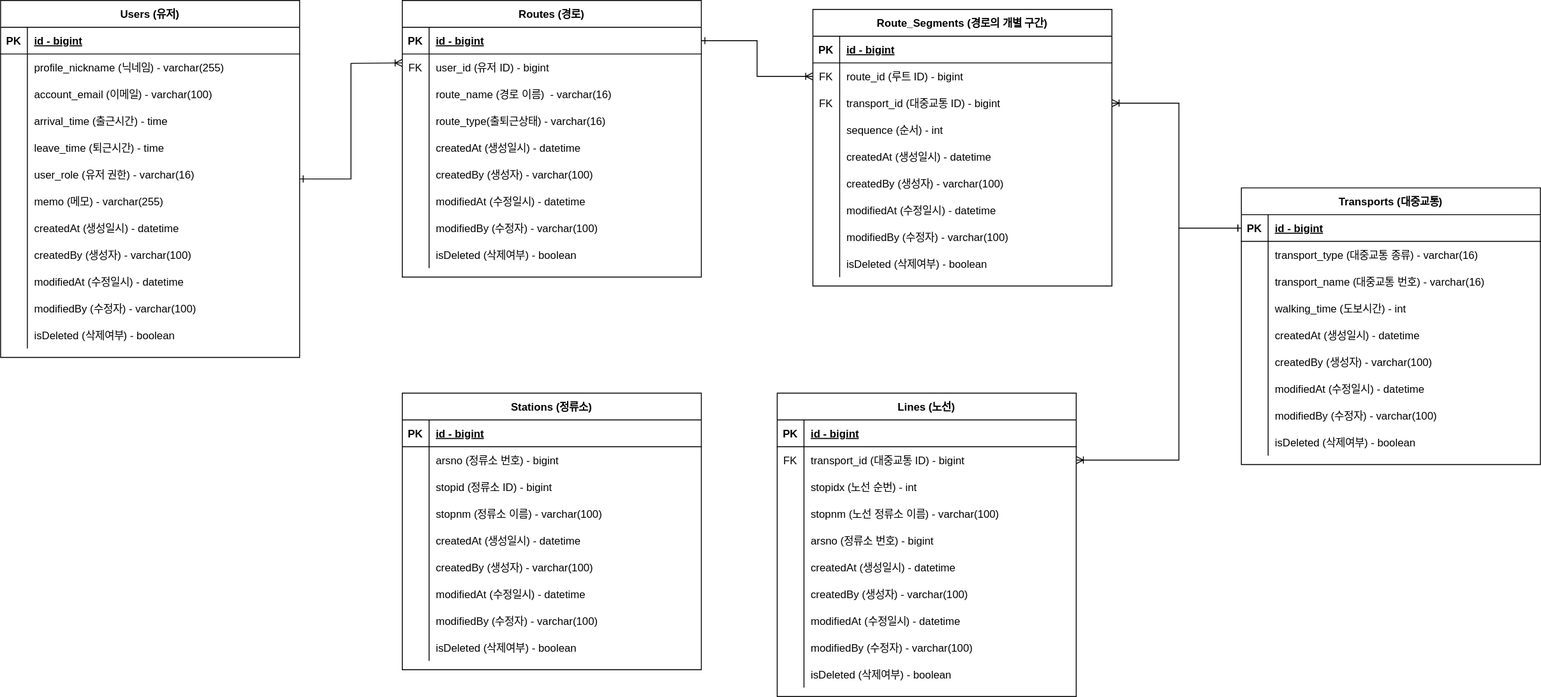
Above: .github/MoveMate DataBase.drawio.svg in PNU-Senier-Project/PNU-Senier-Project-BE (draw.io), before the change. Source tidied: cells renumbered, new cells last; positions are measured from the earlier drawing's top-left corner, leaving out a move shared by most shapes.
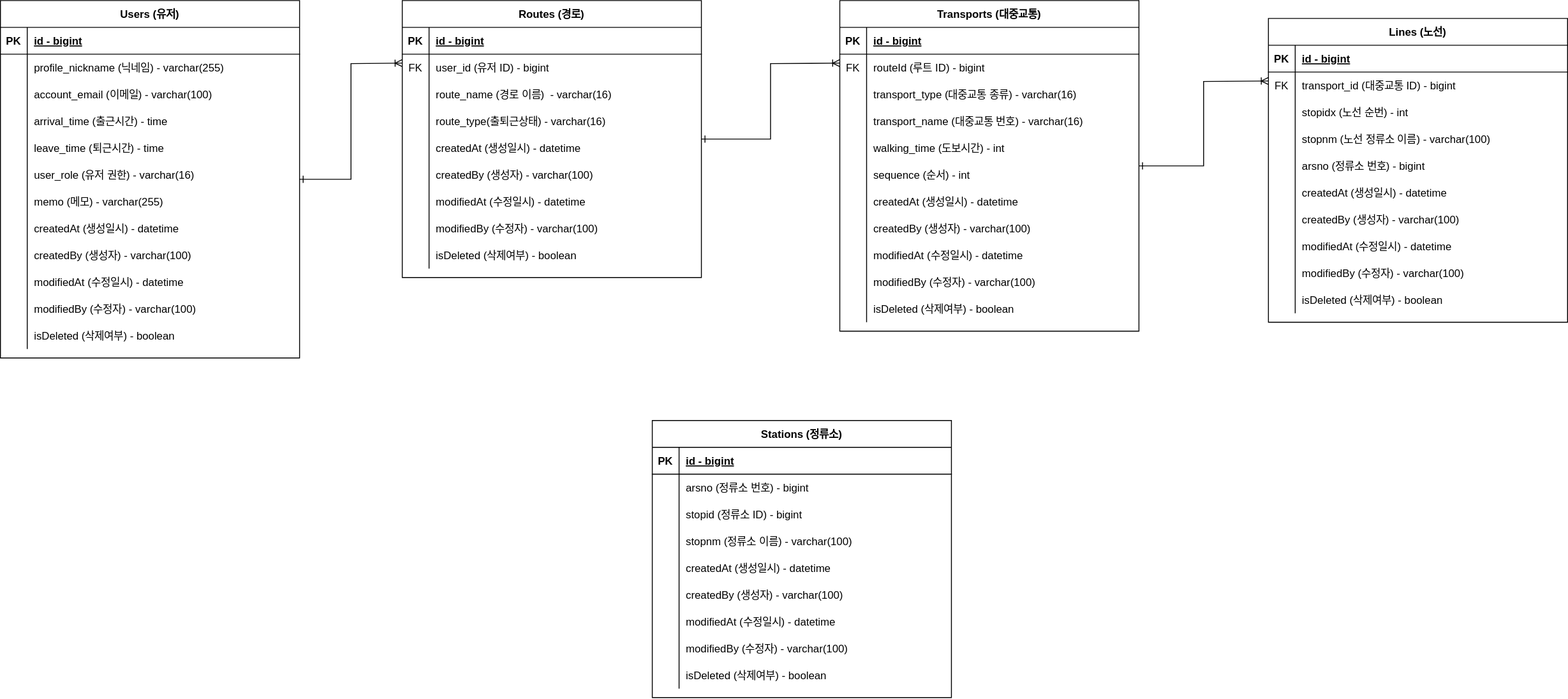
Later version of the same file.

Diff of the diagram source:
```diff
@@ -118,8 +118,13 @@
     <mxCell id="39" value="isDeleted (삭제여부) - boolean" style="shape=partialRectangle;overflow=hidden;fillColor=none;top=0;left=0;bottom=0;right=0;align=left;spacingLeft=6;" parent="37" vertex="1">
       <mxGeometry x="30" width="305" height="30" as="geometry" />
     </mxCell>
+    <mxCell id="190" style="edgeStyle=orthogonalEdgeStyle;rounded=0;jettySize=auto;html=1;startArrow=ERone;startFill=0;endArrow=ERoneToMany;endFill=0;" parent="1" edge="1" source="40">
+      <mxGeometry relative="1" as="geometry">
+        <mxPoint x="1420" y="90" as="targetPoint" />
+      </mxGeometry>
+    </mxCell>
     <mxCell id="40" value="Transports (대중교통)" style="shape=table;startSize=30;rowLines=0;fontStyle=1;align=center;" parent="1" vertex="1">
-      <mxGeometry x="1390" y="210" width="335" height="310" as="geometry" />
+      <mxGeometry x="940" width="335" height="370" as="geometry" />
     </mxCell>
     <mxCell id="41" style="shape=partialRectangle;fillColor=none;points=[[0,0.5],[1,0.5]];portConstraint=eastwest;top=0;left=0;right=0;bottom=1;" parent="40" vertex="1">
       <mxGeometry y="30" width="335" height="30" as="geometry" />
@@ -136,11 +141,20 @@
     <mxCell id="45" style="shape=partialRectangle;overflow=hidden;fillColor=none;top=0;left=0;bottom=0;right=0;" parent="44" vertex="1">
       <mxGeometry width="30" height="30" as="geometry" />
     </mxCell>
-    <mxCell id="46" value="transport_type (대중교통 종류) - varchar(16)" style="shape=partialRectangle;overflow=hidden;fillColor=none;top=0;left=0;bottom=0;right=0;align=left;spacingLeft=6;" parent="44" vertex="1">
+    <mxCell id="46" value="routeId (루트 ID) - bigint" style="shape=partialRectangle;overflow=hidden;fillColor=none;top=0;left=0;bottom=0;right=0;align=left;spacingLeft=6;" parent="44" vertex="1">
       <mxGeometry x="30" width="305" height="30" as="geometry" />
     </mxCell>
+    <mxCell id="164" style="shape=partialRectangle;fillColor=none;points=[[0,0.5],[1,0.5]];portConstraint=eastwest;top=0;left=0;right=0;bottom=0;" parent="40" vertex="1">
+      <mxGeometry y="90" width="335" height="30" as="geometry" />
+    </mxCell>
+    <mxCell id="191" style="shape=partialRectangle;overflow=hidden;fillColor=none;top=0;left=0;bottom=0;right=0;" parent="164" vertex="1">
+      <mxGeometry width="30" height="30" as="geometry" />
+    </mxCell>
+    <mxCell id="192" value="transport_type (대중교통 종류) - varchar(16)" style="shape=partialRectangle;overflow=hidden;fillColor=none;top=0;left=0;bottom=0;right=0;align=left;spacingLeft=6;" parent="164" vertex="1">
+      <mxGeometry x="30" width="305" height="30" as="geometry" />
+    </mxCell>
     <mxCell id="47" style="shape=partialRectangle;fillColor=none;top=0;left=0;right=0;bottom=0;" parent="40" vertex="1">
-      <mxGeometry y="90" width="335" height="30" as="geometry" />
+      <mxGeometry y="120" width="335" height="30" as="geometry" />
     </mxCell>
     <mxCell id="48" style="shape=partialRectangle;overflow=hidden;fillColor=none;top=0;left=0;bottom=0;right=0;" parent="47" vertex="1">
       <mxGeometry width="30" height="30" as="geometry" />
@@ -149,7 +163,7 @@
       <mxGeometry x="30" width="305" height="30" as="geometry" />
     </mxCell>
     <mxCell id="50" style="shape=partialRectangle;fillColor=none;top=0;left=0;right=0;bottom=0;" parent="40" vertex="1">
-      <mxGeometry y="120" width="335" height="30" as="geometry" />
+      <mxGeometry y="150" width="335" height="30" as="geometry" />
     </mxCell>
     <mxCell id="51" style="shape=partialRectangle;overflow=hidden;fillColor=none;top=0;left=0;bottom=0;right=0;" parent="50" vertex="1">
       <mxGeometry width="30" height="30" as="geometry" />
@@ -157,8 +171,17 @@
     <mxCell id="52" value="walking_time (도보시간) - int" style="shape=partialRectangle;overflow=hidden;fillColor=none;top=0;left=0;bottom=0;right=0;align=left;spacingLeft=6;" parent="50" vertex="1">
       <mxGeometry x="30" width="305" height="30" as="geometry" />
     </mxCell>
+    <mxCell id="173" style="shape=partialRectangle;fillColor=none;top=0;left=0;right=0;bottom=0;" parent="40" vertex="1">
+      <mxGeometry y="180" width="335" height="30" as="geometry" />
+    </mxCell>
+    <mxCell id="193" style="shape=partialRectangle;overflow=hidden;fillColor=none;top=0;left=0;bottom=0;right=0;" parent="173" vertex="1">
+      <mxGeometry width="30" height="30" as="geometry" />
+    </mxCell>
+    <mxCell id="169" value="sequence (순서) - int" style="shape=partialRectangle;overflow=hidden;fillColor=none;top=0;left=0;bottom=0;right=0;align=left;spacingLeft=6;" parent="173" vertex="1">
+      <mxGeometry x="30" width="305" height="30" as="geometry" />
+    </mxCell>
     <mxCell id="53" style="shape=partialRectangle;fillColor=none;top=0;left=0;right=0;bottom=0;" parent="40" vertex="1">
-      <mxGeometry y="150" width="335" height="30" as="geometry" />
+      <mxGeometry y="210" width="335" height="30" as="geometry" />
     </mxCell>
     <mxCell id="54" style="shape=partialRectangle;overflow=hidden;fillColor=none;top=0;left=0;bottom=0;right=0;" parent="53" vertex="1">
       <mxGeometry width="30" height="30" as="geometry" />
@@ -167,7 +190,7 @@
       <mxGeometry x="30" width="305" height="30" as="geometry" />
     </mxCell>
     <mxCell id="56" style="shape=partialRectangle;fillColor=none;top=0;left=0;right=0;bottom=0;" parent="40" vertex="1">
-      <mxGeometry y="180" width="335" height="30" as="geometry" />
+      <mxGeometry y="240" width="335" height="30" as="geometry" />
     </mxCell>
     <mxCell id="57" style="shape=partialRectangle;overflow=hidden;fillColor=none;top=0;left=0;bottom=0;right=0;" parent="56" vertex="1">
       <mxGeometry width="30" height="30" as="geometry" />
@@ -176,7 +199,7 @@
       <mxGeometry x="30" width="305" height="30" as="geometry" />
     </mxCell>
     <mxCell id="59" style="shape=partialRectangle;fillColor=none;top=0;left=0;right=0;bottom=0;" parent="40" vertex="1">
-      <mxGeometry y="210" width="335" height="30" as="geometry" />
+      <mxGeometry y="270" width="335" height="30" as="geometry" />
     </mxCell>
     <mxCell id="60" style="shape=partialRectangle;overflow=hidden;fillColor=none;top=0;left=0;bottom=0;right=0;" parent="59" vertex="1">
       <mxGeometry width="30" height="30" as="geometry" />
@@ -185,7 +208,7 @@
       <mxGeometry x="30" width="305" height="30" as="geometry" />
     </mxCell>
     <mxCell id="62" style="shape=partialRectangle;fillColor=none;top=0;left=0;right=0;bottom=0;" parent="40" vertex="1">
-      <mxGeometry y="240" width="335" height="30" as="geometry" />
+      <mxGeometry y="300" width="335" height="30" as="geometry" />
     </mxCell>
     <mxCell id="63" style="shape=partialRectangle;overflow=hidden;fillColor=none;top=0;left=0;bottom=0;right=0;" parent="62" vertex="1">
       <mxGeometry width="30" height="30" as="geometry" />
@@ -194,7 +217,7 @@
       <mxGeometry x="30" width="305" height="30" as="geometry" />
     </mxCell>
     <mxCell id="65" style="shape=partialRectangle;fillColor=none;top=0;left=0;right=0;bottom=0;" parent="40" vertex="1">
-      <mxGeometry y="270" width="335" height="30" as="geometry" />
+      <mxGeometry y="330" width="335" height="30" as="geometry" />
     </mxCell>
     <mxCell id="66" style="shape=partialRectangle;overflow=hidden;fillColor=none;top=0;left=0;bottom=0;right=0;" parent="65" vertex="1">
       <mxGeometry width="30" height="30" as="geometry" />
@@ -203,7 +226,7 @@
       <mxGeometry x="30" width="305" height="30" as="geometry" />
     </mxCell>
     <mxCell id="68" value="Lines (노선)" style="shape=table;startSize=30;rowLines=0;fontStyle=1;align=center;" parent="1" vertex="1">
-      <mxGeometry x="870" y="440" width="335" height="340" as="geometry" />
+      <mxGeometry x="1420" y="20" width="335" height="340" as="geometry" />
     </mxCell>
     <mxCell id="69" style="shape=partialRectangle;fillColor=none;top=0;left=0;right=0;bottom=1;" parent="68" vertex="1">
       <mxGeometry y="30" width="335" height="30" as="geometry" />
@@ -296,8 +319,13 @@
       <mxGeometry x="30" width="305" height="30" as="geometry" />
     </mxCell>
     <mxCell id="99" value="FK" style="shape=partialRectangle;overflow=hidden;fillColor=none;top=0;left=0;bottom=0;right=0;fontStyle=0;" parent="1" vertex="1">
-      <mxGeometry x="870" y="500" width="30" height="30" as="geometry" />
+      <mxGeometry x="1420" y="80" width="30" height="30" as="geometry" />
     </mxCell>
+    <mxCell id="194" style="edgeStyle=orthogonalEdgeStyle;rounded=0;jettySize=auto;html=1;startArrow=ERone;startFill=0;endArrow=ERoneToMany;endFill=0;" parent="1" edge="1" source="100">
+      <mxGeometry relative="1" as="geometry">
+        <mxPoint x="940" y="70" as="targetPoint" />
+      </mxGeometry>
+    </mxCell>
     <mxCell id="100" value="Routes (경로)" style="shape=table;startSize=30;rowLines=0;fontStyle=1;align=center;" parent="1" vertex="1">
       <mxGeometry x="450" width="335" height="310" as="geometry" />
     </mxCell>
@@ -386,7 +414,7 @@
       <mxGeometry x="450" y="60" width="30" height="30" as="geometry" />
     </mxCell>
     <mxCell id="129" value="Stations (정류소)" style="shape=table;startSize=30;rowLines=0;fontStyle=1;align=center;" parent="1" vertex="1">
-      <mxGeometry x="450" y="440" width="335" height="310" as="geometry" />
+      <mxGeometry x="730" y="470" width="335" height="310" as="geometry" />
     </mxCell>
     <mxCell id="130" style="shape=partialRectangle;fillColor=none;top=0;left=0;right=0;bottom=1;" parent="129" vertex="1">
       <mxGeometry y="30" width="335" height="30" as="geometry" />
@@ -397,13 +425,13 @@
     <mxCell id="132" value="id - bigint" style="shape=partialRectangle;overflow=hidden;fillColor=none;top=0;left=0;bottom=0;right=0;align=left;spacingLeft=6;fontStyle=5;" parent="130" vertex="1">
       <mxGeometry x="30" width="305" height="30" as="geometry" />
     </mxCell>
-    <mxCell id="133" style="shape=partialRectangle;fillColor=none;top=0;left=0;right=0;bottom=0;" parent="129" vertex="1">
-      <mxGeometry y="60" width="335" height="30" as="geometry" />
-    </mxCell>
-    <mxCell id="134" style="shape=partialRectangle;overflow=hidden;fillColor=none;top=0;left=0;bottom=0;right=0;" parent="133" vertex="1">
-      <mxGeometry width="30" height="30" as="geometry" />
-    </mxCell>
+    <mxCell id="195" style="shape=partialRectangle;fillColor=none;top=0;left=0;right=0;bottom=0;" parent="129" vertex="1">
+      <mxGeometry y="60" width="335" height="30" as="geometry" />
+    </mxCell>
+    <mxCell id="196" style="shape=partialRectangle;overflow=hidden;fillColor=none;top=0;left=0;bottom=0;right=0;" parent="195" vertex="1">
+      <mxGeometry width="30" height="30" as="geometry" />
+    </mxCell>
-    <mxCell id="135" value="arsno (정류소 번호) - bigint" style="shape=partialRectangle;overflow=hidden;fillColor=none;top=0;left=0;bottom=0;right=0;align=left;spacingLeft=6;" parent="133" vertex="1">
+    <mxCell id="135" value="arsno (정류소 번호) - bigint" style="shape=partialRectangle;overflow=hidden;fillColor=none;top=0;left=0;bottom=0;right=0;align=left;spacingLeft=6;" parent="195" vertex="1">
       <mxGeometry x="30" width="305" height="30" as="geometry" />
     </mxCell>
     <mxCell id="136" style="shape=partialRectangle;fillColor=none;top=0;left=0;right=0;bottom=0;" parent="129" vertex="1">
@@ -469,114 +497,8 @@
     <mxCell id="156" value="isDeleted (삭제여부) - boolean" style="shape=partialRectangle;overflow=hidden;fillColor=none;top=0;left=0;bottom=0;right=0;align=left;spacingLeft=6;" parent="154" vertex="1">
       <mxGeometry x="30" width="305" height="30" as="geometry" />
     </mxCell>
-    <mxCell id="157" value="Route_Segments (경로의 개별 구간)" style="shape=table;startSize=30;rowLines=0;fontStyle=1;align=center;" parent="1" vertex="1">
-      <mxGeometry x="910" y="10" width="335" height="310" as="geometry" />
-    </mxCell>
-    <mxCell id="158" style="shape=partialRectangle;fillColor=none;top=0;left=0;right=0;bottom=1;" parent="157" vertex="1">
-      <mxGeometry y="30" width="335" height="30" as="geometry" />
-    </mxCell>
-    <mxCell id="159" value="PK" style="shape=partialRectangle;overflow=hidden;fillColor=none;top=0;left=0;bottom=0;right=0;fontStyle=1;" parent="158" vertex="1">
-      <mxGeometry width="30" height="30" as="geometry" />
-    </mxCell>
-    <mxCell id="160" value="id - bigint" style="shape=partialRectangle;overflow=hidden;fillColor=none;top=0;left=0;bottom=0;right=0;align=left;spacingLeft=6;fontStyle=5;" parent="158" vertex="1">
-      <mxGeometry x="30" width="305" height="30" as="geometry" />
-    </mxCell>
-    <mxCell id="161" style="shape=partialRectangle;fillColor=none;points=[[0,0.5],[1,0.5]];portConstraint=eastwest;top=0;left=0;right=0;bottom=0;" parent="157" vertex="1">
-      <mxGeometry y="60" width="335" height="30" as="geometry" />
-    </mxCell>
-    <mxCell id="162" style="shape=partialRectangle;overflow=hidden;fillColor=none;top=0;left=0;bottom=0;right=0;" parent="161" vertex="1">
-      <mxGeometry width="30" height="30" as="geometry" />
-    </mxCell>
-    <mxCell id="163" value="route_id (루트 ID) - bigint" style="shape=partialRectangle;overflow=hidden;fillColor=none;top=0;left=0;bottom=0;right=0;align=left;spacingLeft=6;" parent="161" vertex="1">
-      <mxGeometry x="30" width="305" height="30" as="geometry" />
-    </mxCell>
-    <mxCell id="164" style="shape=partialRectangle;fillColor=none;points=[[0,0.5],[1,0.5]];portConstraint=eastwest;top=0;left=0;right=0;bottom=0;" parent="157" vertex="1">
-      <mxGeometry y="90" width="335" height="30" as="geometry" />
-    </mxCell>
-    <mxCell id="165" style="shape=partialRectangle;overflow=hidden;fillColor=none;top=0;left=0;bottom=0;right=0;" parent="164" vertex="1">
-      <mxGeometry width="30" height="30" as="geometry" />
-    </mxCell>
-    <mxCell id="166" value="transport_id (대중교통 ID) - bigint" style="shape=partialRectangle;overflow=hidden;fillColor=none;top=0;left=0;bottom=0;right=0;align=left;spacingLeft=6;fontStyle=0;" parent="164" vertex="1">
-      <mxGeometry x="30" width="305" height="30" as="geometry" />
-    </mxCell>
-    <mxCell id="167" style="shape=partialRectangle;fillColor=none;top=0;left=0;right=0;bottom=0;" parent="157" vertex="1">
-      <mxGeometry y="120" width="335" height="30" as="geometry" />
-    </mxCell>
-    <mxCell id="168" style="shape=partialRectangle;overflow=hidden;fillColor=none;top=0;left=0;bottom=0;right=0;" parent="167" vertex="1">
-      <mxGeometry width="30" height="30" as="geometry" />
-    </mxCell>
-    <mxCell id="169" value="sequence (순서) - int" style="shape=partialRectangle;overflow=hidden;fillColor=none;top=0;left=0;bottom=0;right=0;align=left;spacingLeft=6;fontStyle=0;" parent="167" vertex="1">
-      <mxGeometry x="30" width="305" height="30" as="geometry" />
-    </mxCell>
-    <mxCell id="170" style="shape=partialRectangle;fillColor=none;top=0;left=0;right=0;bottom=0;" parent="157" vertex="1">
-      <mxGeometry y="150" width="335" height="30" as="geometry" />
-    </mxCell>
-    <mxCell id="171" style="shape=partialRectangle;overflow=hidden;fillColor=none;top=0;left=0;bottom=0;right=0;" parent="170" vertex="1">
-      <mxGeometry width="30" height="30" as="geometry" />
-    </mxCell>
-    <mxCell id="172" value="createdAt (생성일시) - datetime" style="shape=partialRectangle;overflow=hidden;fillColor=none;top=0;left=0;bottom=0;right=0;align=left;spacingLeft=6;" parent="170" vertex="1">
-      <mxGeometry x="30" width="305" height="30" as="geometry" />
-    </mxCell>
-    <mxCell id="173" style="shape=partialRectangle;fillColor=none;top=0;left=0;right=0;bottom=0;" parent="157" vertex="1">
-      <mxGeometry y="180" width="335" height="30" as="geometry" />
-    </mxCell>
-    <mxCell id="174" style="shape=partialRectangle;overflow=hidden;fillColor=none;top=0;left=0;bottom=0;right=0;" parent="173" vertex="1">
-      <mxGeometry width="30" height="30" as="geometry" />
-    </mxCell>
-    <mxCell id="175" value="createdBy (생성자) - varchar(100)" style="shape=partialRectangle;overflow=hidden;fillColor=none;top=0;left=0;bottom=0;right=0;align=left;spacingLeft=6;" parent="173" vertex="1">
-      <mxGeometry x="30" width="305" height="30" as="geometry" />
-    </mxCell>
-    <mxCell id="176" style="shape=partialRectangle;fillColor=none;top=0;left=0;right=0;bottom=0;" parent="157" vertex="1">
-      <mxGeometry y="210" width="335" height="30" as="geometry" />
-    </mxCell>
-    <mxCell id="177" style="shape=partialRectangle;overflow=hidden;fillColor=none;top=0;left=0;bottom=0;right=0;" parent="176" vertex="1">
-      <mxGeometry width="30" height="30" as="geometry" />
-    </mxCell>
-    <mxCell id="178" value="modifiedAt (수정일시) - datetime" style="shape=partialRectangle;overflow=hidden;fillColor=none;top=0;left=0;bottom=0;right=0;align=left;spacingLeft=6;" parent="176" vertex="1">
-      <mxGeometry x="30" width="305" height="30" as="geometry" />
-    </mxCell>
-    <mxCell id="179" style="shape=partialRectangle;fillColor=none;top=0;left=0;right=0;bottom=0;" parent="157" vertex="1">
-      <mxGeometry y="240" width="335" height="30" as="geometry" />
-    </mxCell>
-    <mxCell id="180" style="shape=partialRectangle;overflow=hidden;fillColor=none;top=0;left=0;bottom=0;right=0;" parent="179" vertex="1">
-      <mxGeometry width="30" height="30" as="geometry" />
-    </mxCell>
-    <mxCell id="181" value="modifiedBy (수정자) - varchar(100)" style="shape=partialRectangle;overflow=hidden;fillColor=none;top=0;left=0;bottom=0;right=0;align=left;spacingLeft=6;" parent="179" vertex="1">
-      <mxGeometry x="30" width="305" height="30" as="geometry" />
-    </mxCell>
-    <mxCell id="182" style="shape=partialRectangle;fillColor=none;top=0;left=0;right=0;bottom=0;" parent="157" vertex="1">
-      <mxGeometry y="270" width="335" height="30" as="geometry" />
-    </mxCell>
-    <mxCell id="183" style="shape=partialRectangle;overflow=hidden;fillColor=none;top=0;left=0;bottom=0;right=0;" parent="182" vertex="1">
-      <mxGeometry width="30" height="30" as="geometry" />
-    </mxCell>
-    <mxCell id="184" value="isDeleted (삭제여부) - boolean" style="shape=partialRectangle;overflow=hidden;fillColor=none;top=0;left=0;bottom=0;right=0;align=left;spacingLeft=6;" parent="182" vertex="1">
-      <mxGeometry x="30" width="305" height="30" as="geometry" />
-    </mxCell>
-    <mxCell id="185" value="FK" style="shape=partialRectangle;overflow=hidden;fillColor=none;top=0;left=0;bottom=0;right=0;fontStyle=0;" parent="1" vertex="1">
-      <mxGeometry x="910" y="70" width="30" height="30" as="geometry" />
-    </mxCell>
     <mxCell id="186" value="FK" style="shape=partialRectangle;overflow=hidden;fillColor=none;top=0;left=0;bottom=0;right=0;fontStyle=0;" parent="1" vertex="1">
-      <mxGeometry x="910" y="100" width="30" height="30" as="geometry" />
+      <mxGeometry x="940" y="60" width="30" height="30" as="geometry" />
     </mxCell>
-    <mxCell id="187" style="edgeStyle=orthogonalEdgeStyle;rounded=0;jettySize=auto;html=1;endArrow=ERoneToMany;endFill=0;startArrow=ERone;startFill=0;" parent="1" edge="1" source="101" target="161">
-      <mxGeometry relative="1" as="geometry" />
-    </mxCell>
-    <mxCell id="188" style="edgeStyle=orthogonalEdgeStyle;rounded=0;jettySize=auto;html=1;startArrow=ERone;startFill=0;endArrow=ERoneToMany;endFill=0;" parent="1" edge="1" source="41" target="164">
-      <mxGeometry relative="1" as="geometry">
-        <Array as="points">
-          <mxPoint x="1320" y="255" />
-          <mxPoint x="1320" y="115" />
-        </Array>
-      </mxGeometry>
-    </mxCell>
-    <mxCell id="189" style="edgeStyle=orthogonalEdgeStyle;rounded=0;jettySize=auto;html=1;entryX=1;entryY=0.5;entryDx=0;entryDy=0;startArrow=ERone;startFill=0;endArrow=ERoneToMany;endFill=0;" parent="1" edge="1" source="41" target="72">
-      <mxGeometry relative="1" as="geometry">
-        <Array as="points">
-          <mxPoint x="1320" y="255" />
-          <mxPoint x="1320" y="515" />
-        </Array>
-      </mxGeometry>
-    </mxCell>
   </root>
 </mxGraphModel>
```
